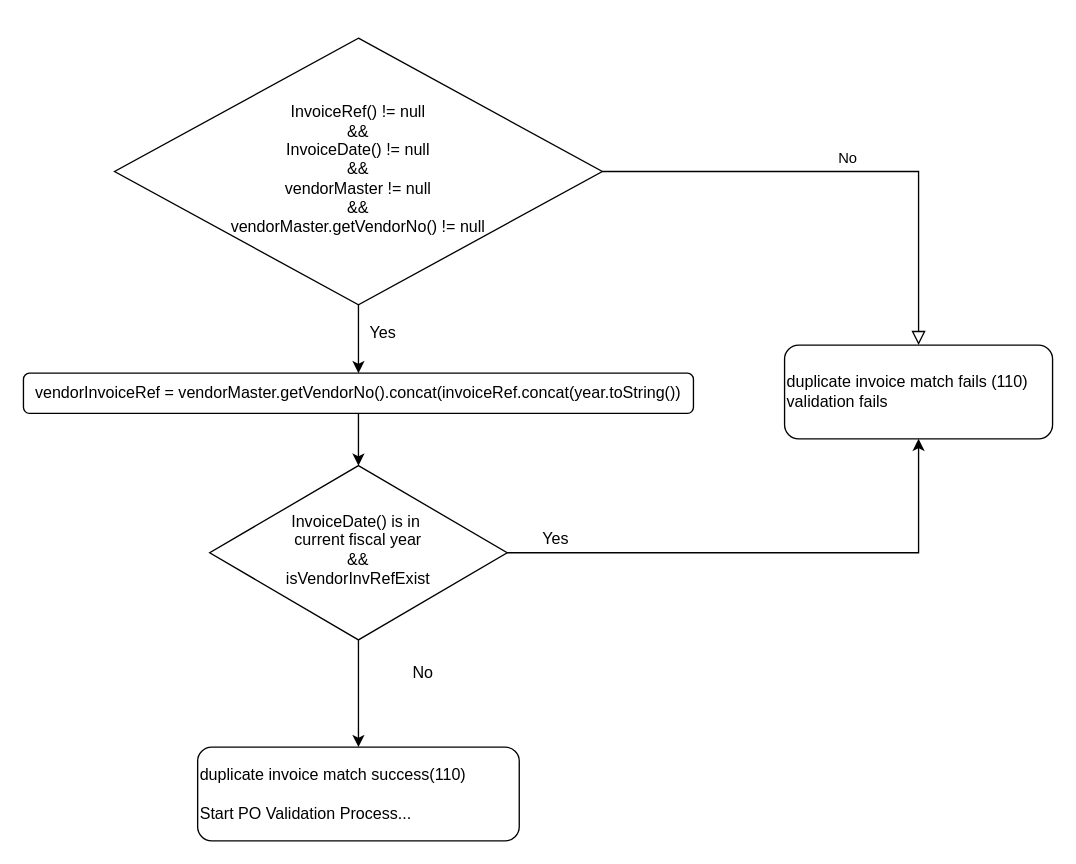
Earlier version of the draw.io diagram page "Duplicate Invoice 110" (3 of 9) of Invoice management/IMA Validation technical Diagram.drawio (pratikdimble/Diagram). Source tidied: cells renumbered, new cells numbered last; positions are measured from the earlier drawing's top-left corner, leaving out a move shared by most shapes. Both pictures are drawn from the tidied source at 134%, with x=0, y=0 at pixel (23, 38).
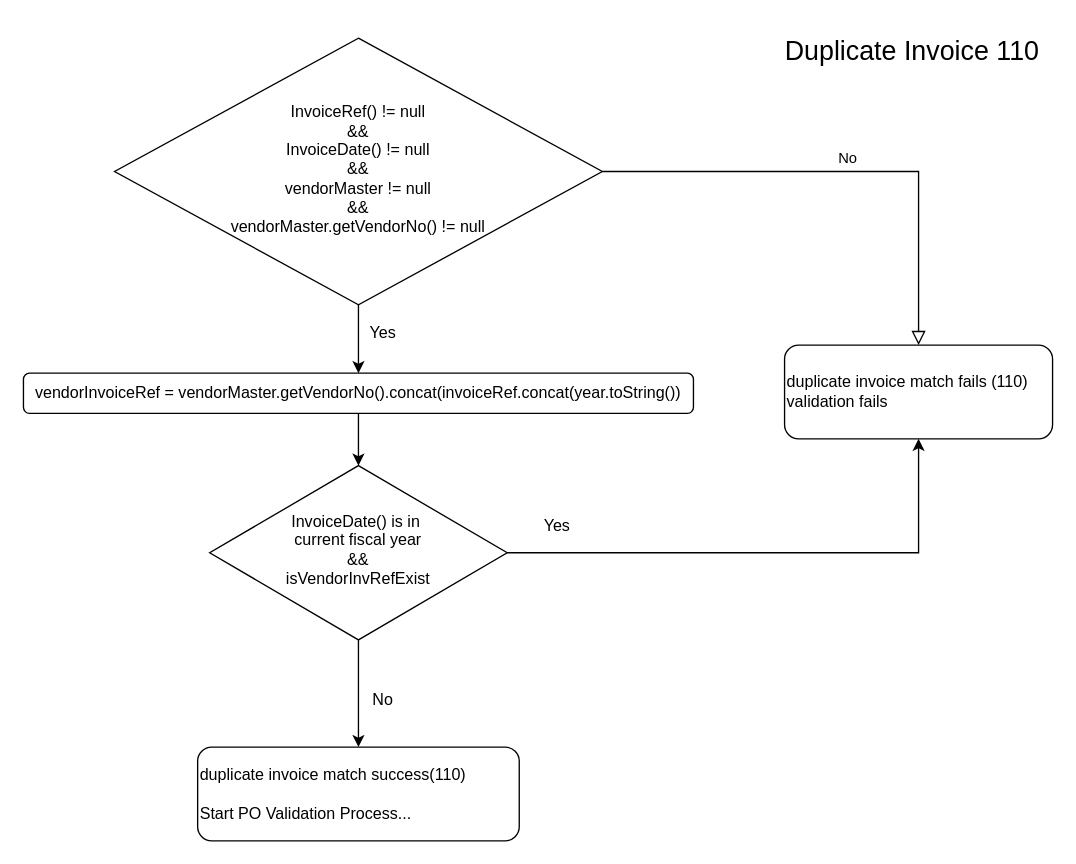
The same page after the edit.

Change to the diagram source:
```diff
@@
 <mxGraphModel>
   <root>
     <mxCell id="0" />
     <mxCell id="1" parent="0" />
     <mxCell id="2" value="No" style="edgeStyle=orthogonalEdgeStyle;rounded=0;html=1;jettySize=auto;fontSize=11;endArrow=block;endFill=0;endSize=8;strokeWidth=1;shadow=0;labelBackgroundColor=none;" parent="1" edge="1" source="4" target="5">
       <mxGeometry y="10" relative="1" as="geometry" />
     </mxCell>
     <mxCell id="3" style="edgeStyle=orthogonalEdgeStyle;rounded=0;jettySize=auto;html=1;exitX=0.5;exitY=1;exitDx=0;exitDy=0;entryX=0.5;entryY=0;entryDx=0;entryDy=0;" parent="1" edge="1" source="4" target="13">
       <mxGeometry relative="1" as="geometry" />
     </mxCell>
     <mxCell id="4" value="InvoiceRef() != null&lt;br&gt;&amp;amp;&amp;amp;&lt;br&gt;InvoiceDate() != null&lt;br&gt;&amp;amp;&amp;amp;&lt;br&gt;vendorMaster != null &lt;br&gt;&amp;amp;&amp;amp; &lt;br&gt;vendorMaster.getVendorNo() != null" style="rhombus;whiteSpace=wrap;html=1;shadow=0;fontFamily=Helvetica;fontSize=12;align=center;strokeWidth=1;spacing=6;spacingTop=-4;horizontal=1;verticalAlign=middle;labelPosition=center;verticalLabelPosition=middle;" parent="1" vertex="1">
       <mxGeometry x="68" width="364" height="199" as="geometry" />
     </mxCell>
     <mxCell id="5" value="duplicate invoice match fails (110)&lt;br&gt;validation fails" style="rounded=1;whiteSpace=wrap;html=1;fontSize=12;glass=0;strokeWidth=1;shadow=0;align=left;" parent="1" vertex="1">
       <mxGeometry x="568" y="229" width="200" height="70" as="geometry" />
     </mxCell>
     <mxCell id="6" value="No" style="text;html=1;align=center;verticalAlign=middle;strokeColor=none;fillColor=none;" parent="1" vertex="1">
-      <mxGeometry x="278" y="459" width="40" height="30" as="geometry" />
+      <mxGeometry x="248" y="479" width="40" height="30" as="geometry" />
     </mxCell>
     <mxCell id="7" value="duplicate invoice&amp;nbsp;match success(110)&lt;br&gt;&lt;br&gt;Start PO Validation Process..." style="rounded=1;whiteSpace=wrap;html=1;fontSize=12;glass=0;strokeWidth=1;shadow=0;align=left;" parent="1" vertex="1">
       <mxGeometry x="130" y="529" width="240" height="70" as="geometry" />
     </mxCell>
     <mxCell id="8" value="Yes" style="text;html=1;align=center;verticalAlign=middle;strokeColor=none;fillColor=none;" parent="1" vertex="1">
       <mxGeometry x="248" y="205" width="40" height="30" as="geometry" />
     </mxCell>
     <mxCell id="9" style="edgeStyle=orthogonalEdgeStyle;rounded=0;jettySize=auto;html=1;exitX=1;exitY=0.5;exitDx=0;exitDy=0;" parent="1" edge="1" source="11" target="5">
       <mxGeometry relative="1" as="geometry" />
     </mxCell>
     <mxCell id="10" style="edgeStyle=orthogonalEdgeStyle;rounded=0;jettySize=auto;html=1;" parent="1" edge="1" source="11" target="7">
       <mxGeometry relative="1" as="geometry" />
     </mxCell>
     <mxCell id="11" value="InvoiceDate() is in&amp;nbsp;&lt;br&gt;current fiscal year&lt;br&gt;&amp;amp;&amp;amp;&lt;br&gt;isVendorInvRefExist" style="rhombus;whiteSpace=wrap;html=1;shadow=0;fontFamily=Helvetica;fontSize=12;align=center;strokeWidth=1;spacing=6;spacingTop=-4;" parent="1" vertex="1">
       <mxGeometry x="139" y="319" width="222" height="130" as="geometry" />
     </mxCell>
     <mxCell id="12" style="edgeStyle=orthogonalEdgeStyle;rounded=0;jettySize=auto;html=1;" parent="1" edge="1" source="13" target="11">
       <mxGeometry relative="1" as="geometry" />
     </mxCell>
     <mxCell id="13" value="vendorInvoiceRef = vendorMaster.getVendorNo().concat(invoiceRef.concat(year.toString())" style="rounded=1;whiteSpace=wrap;html=1;fontSize=12;glass=0;strokeWidth=1;shadow=0;" parent="1" vertex="1">
       <mxGeometry y="250" width="500" height="30" as="geometry" />
     </mxCell>
     <mxCell id="14" value="Yes" style="text;html=1;align=center;verticalAlign=middle;strokeColor=none;fillColor=none;" parent="1" vertex="1">
-      <mxGeometry x="377" y="359" width="40" height="30" as="geometry" />
+      <mxGeometry x="378" y="349" width="40" height="30" as="geometry" />
     </mxCell>
+    <mxCell id="15" value="Duplicate Invoice 110" style="text;html=1;align=center;verticalAlign=middle;strokeColor=none;fillColor=none;fontSize=20;" parent="1" vertex="1">
+      <mxGeometry x="558" y="-11" width="210" height="40" as="geometry" />
+    </mxCell>
   </root>
 </mxGraphModel>
```
